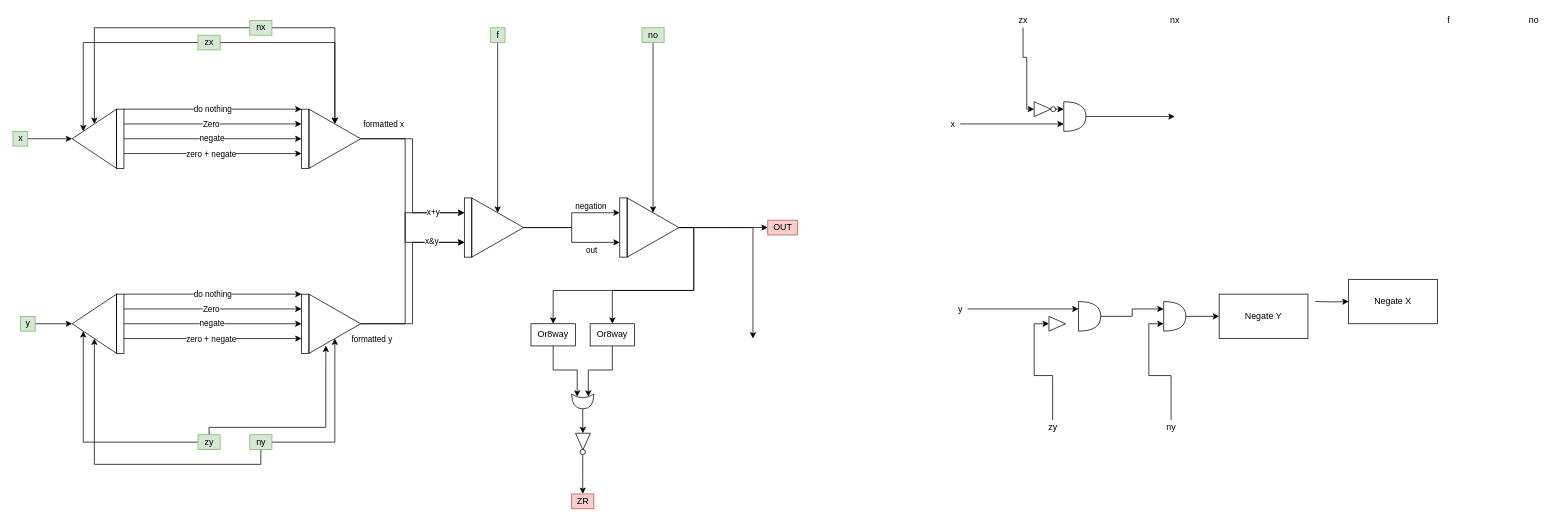
Earlier version of the draw.io diagram projects/02/ALU-arch.drawio (rayhaanbhikha/nandtotetris). Source tidied: cells renumbered, new cells numbered last; positions are measured from the earlier drawing's top-left corner, leaving out a move shared by most shapes. Both pictures are drawn from the tidied source at 74%, with x=0, y=0 at pixel (13, 13).
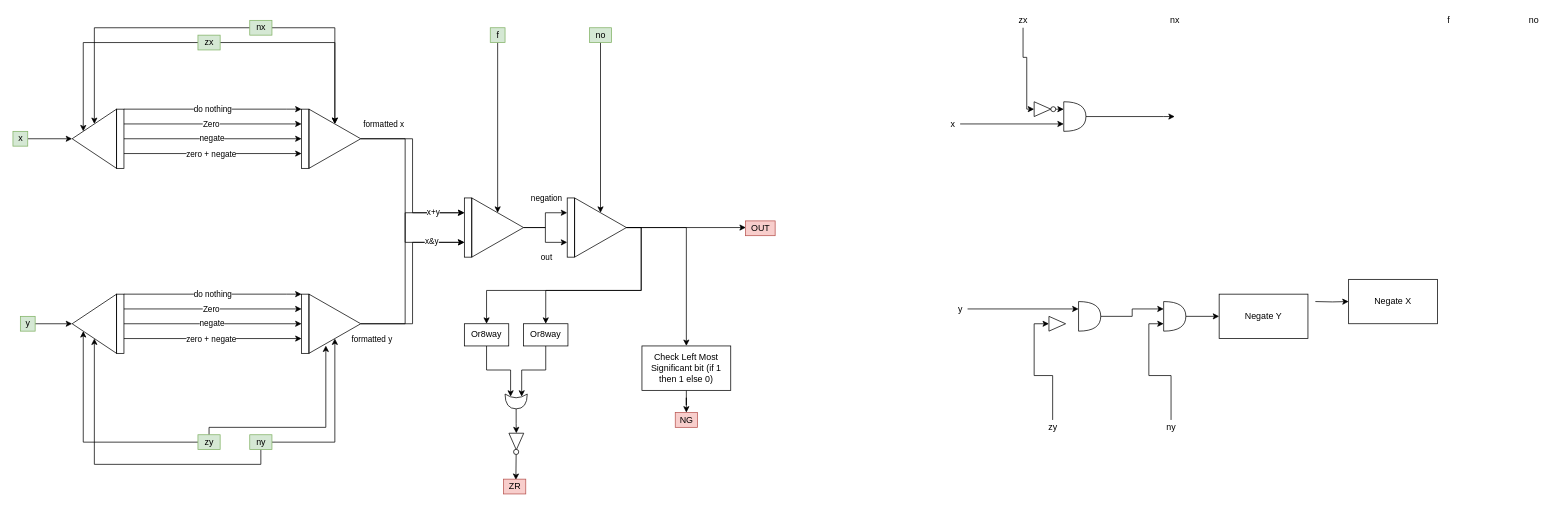
The same diagram, later.

Commit message:
ALU arch finished.

Unchanged cells that the change refers to:
```xml
<mxCell id="79" style="edgeStyle=orthogonalEdgeStyle;rounded=0;jettySize=auto;html=1;exitX=1;exitY=0.5;exitDx=0;exitDy=0;entryX=0;entryY=0.25;entryDx=0;entryDy=0;" parent="1" edge="1" source="83" target="85">
  <mxGeometry relative="1" as="geometry" />
</mxCell>
<mxCell id="81" style="edgeStyle=orthogonalEdgeStyle;rounded=0;jettySize=auto;html=1;exitX=1;exitY=0.5;exitDx=0;exitDy=0;entryX=0;entryY=0.75;entryDx=0;entryDy=0;" parent="1" edge="1" source="83" target="85">
  <mxGeometry relative="1" as="geometry" />
</mxCell>
<mxCell id="106" style="ellipse;whiteSpace=wrap;html=1;strokeWidth=1;fillColor=#ffffff;" parent="104" vertex="1">
  <mxGeometry x="11.5" y="16.5" width="7" height="7" as="geometry" />
</mxCell>
```

What changed in the source:
```diff
@@
     <mxCell id="21" value="no" style="text;html=1;align=center;verticalAlign=middle;points=[];fillColor=#d5e8d4;strokeColor=#82b366;" parent="1" vertex="1">
-      <mxGeometry x="850" y="20" width="30" height="20" as="geometry" />
+      <mxGeometry x="779" y="20" width="30" height="20" as="geometry" />
     </mxCell>
@@
     <mxCell id="80" value="negation" style="edgeLabel;html=1;align=center;verticalAlign=middle;" parent="79" vertex="1">
       <mxGeometry x="0.26" y="-1" relative="1" as="geometry">
-        <mxPoint x="15" y="-11" as="offset" />
+        <mxPoint y="-21" as="offset" />
       </mxGeometry>
     </mxCell>
@@
     <mxCell id="82" value="out" style="edgeLabel;html=1;align=center;verticalAlign=middle;" parent="81" vertex="1">
       <mxGeometry x="0.48" y="3" relative="1" as="geometry">
-        <mxPoint y="13" as="offset" />
+        <mxPoint x="-8" y="23" as="offset" />
       </mxGeometry>
     </mxCell>
@@
     <mxCell id="85" style="rounded=0;whiteSpace=wrap;html=1;strokeWidth=1;fillColor=none;" parent="1" vertex="1">
-      <mxGeometry x="820" y="250" width="10" height="80" as="geometry" />
+      <mxGeometry x="749" y="250" width="10" height="80" as="geometry" />
     </mxCell>
-    <mxCell id="86" style="edgeStyle=orthogonalEdgeStyle;rounded=0;jettySize=auto;html=1;exitX=1;exitY=0.5;exitDx=0;exitDy=0;" parent="1" edge="1" source="90">
-      <mxGeometry relative="1" as="geometry">
-        <mxPoint x="1020" y="290" as="targetPoint" />
-      </mxGeometry>
+    <mxCell id="86" style="edgeStyle=orthogonalEdgeStyle;rounded=0;jettySize=auto;html=1;exitX=1;exitY=0.5;exitDx=0;exitDy=0;entryX=0.5;entryY=0;entryDx=0;entryDy=0;" parent="1" edge="1" source="90" target="112">
+      <mxGeometry relative="1" as="geometry" />
     </mxCell>
@@
-    <mxCell id="88" style="edgeStyle=orthogonalEdgeStyle;rounded=0;jettySize=auto;html=1;exitX=1;exitY=0.5;exitDx=0;exitDy=0;" parent="1" edge="1" source="90">
-      <mxGeometry relative="1" as="geometry">
-        <mxPoint x="1000" y="440" as="targetPoint" />
-        <Array as="points">
-          <mxPoint x="1000" y="290" />
-          <mxPoint x="1000" y="430" />
-        </Array>
-      </mxGeometry>
-    </mxCell>
@@
+    <mxCell id="110" style="edgeStyle=orthogonalEdgeStyle;rounded=0;jettySize=auto;html=1;exitX=1;exitY=0.5;exitDx=0;exitDy=0;entryX=0.01;entryY=0.45;entryDx=0;entryDy=0;entryPerimeter=0;" parent="1" edge="1" source="90" target="109">
+      <mxGeometry relative="1" as="geometry" />
+    </mxCell>
     <mxCell id="90" style="triangle;whiteSpace=wrap;html=1;strokeWidth=1;fillColor=none;flipH=0;" parent="1" vertex="1">
-      <mxGeometry x="830" y="250" width="70" height="80" as="geometry" />
+      <mxGeometry x="759" y="250" width="70" height="80" as="geometry" />
     </mxCell>
@@
     <mxCell id="96" value="Or8way" style="whiteSpace=wrap;html=1;strokeWidth=1;fillColor=#ffffff;" parent="1" vertex="1">
-      <mxGeometry x="700" y="420" width="60" height="30" as="geometry" />
+      <mxGeometry x="610" y="420" width="60" height="30" as="geometry" />
     </mxCell>
@@
     <mxCell id="98" value="Or8way" style="whiteSpace=wrap;html=1;strokeWidth=1;fillColor=#ffffff;" parent="1" vertex="1">
-      <mxGeometry x="780" y="420" width="60" height="30" as="geometry" />
+      <mxGeometry x="690" y="420" width="60" height="30" as="geometry" />
     </mxCell>
@@
     <mxCell id="100" style="shape=xor;whiteSpace=wrap;html=1;strokeWidth=1;fillColor=#ffffff;rotation=90;" parent="1" vertex="1">
-      <mxGeometry x="760" y="510" width="20" height="30" as="geometry" />
+      <mxGeometry x="670" y="510" width="20" height="30" as="geometry" />
     </mxCell>
     <mxCell id="101" style="group;" parent="1" vertex="1">
-      <mxGeometry x="758.2" y="570" width="23.5" height="30" as="geometry" />
+      <mxGeometry x="668.2" y="570" width="23.5" height="30" as="geometry" />
     </mxCell>
@@
-    <mxCell id="107" style="edgeStyle=orthogonalEdgeStyle;rounded=0;jettySize=auto;html=1;exitX=0.5;exitY=1;exitDx=0;exitDy=0;" parent="1" edge="1" source="106">
-      <mxGeometry relative="1" as="geometry">
-        <mxPoint x="770" y="650" as="targetPoint" />
-      </mxGeometry>
+    <mxCell id="107" style="edgeStyle=orthogonalEdgeStyle;rounded=0;jettySize=auto;html=1;exitX=0.5;exitY=1;exitDx=0;exitDy=0;entryX=0.555;entryY=0.05;entryDx=0;entryDy=0;entryPerimeter=0;" parent="1" edge="1" source="106" target="108">
+      <mxGeometry relative="1" as="geometry" />
     </mxCell>
     <mxCell id="108" value="ZR" style="text;html=1;align=center;verticalAlign=middle;points=[];fillColor=#f8cecc;strokeColor=#b85450;" parent="1" vertex="1">
-      <mxGeometry x="755" y="650" width="30" height="20" as="geometry" />
+      <mxGeometry x="663" y="630" width="30" height="20" as="geometry" />
     </mxCell>
     <mxCell id="109" value="OUT" style="text;html=1;align=center;verticalAlign=middle;points=[];fillColor=#f8cecc;strokeColor=#b85450;" parent="1" vertex="1">
-      <mxGeometry x="1020" y="280" width="40" height="20" as="geometry" />
+      <mxGeometry x="990" y="281" width="40" height="20" as="geometry" />
     </mxCell>
+    <mxCell id="111" style="edgeStyle=orthogonalEdgeStyle;rounded=0;jettySize=auto;html=1;exitX=0.5;exitY=1;exitDx=0;exitDy=0;" parent="1" edge="1" source="112" target="113">
+      <mxGeometry relative="1" as="geometry" />
+    </mxCell>
+    <mxCell id="112" value="Check Left Most Significant bit (if 1 then 1 else 0)" style="whiteSpace=wrap;html=1;strokeWidth=1;fillColor=#ffffff;" parent="1" vertex="1">
+      <mxGeometry x="850" y="450" width="120" height="60" as="geometry" />
+    </mxCell>
+    <mxCell id="113" value="NG" style="text;html=1;align=center;verticalAlign=middle;points=[];fillColor=#f8cecc;strokeColor=#b85450;" parent="1" vertex="1">
+      <mxGeometry x="895" y="540" width="30" height="20" as="geometry" />
+    </mxCell>
```
